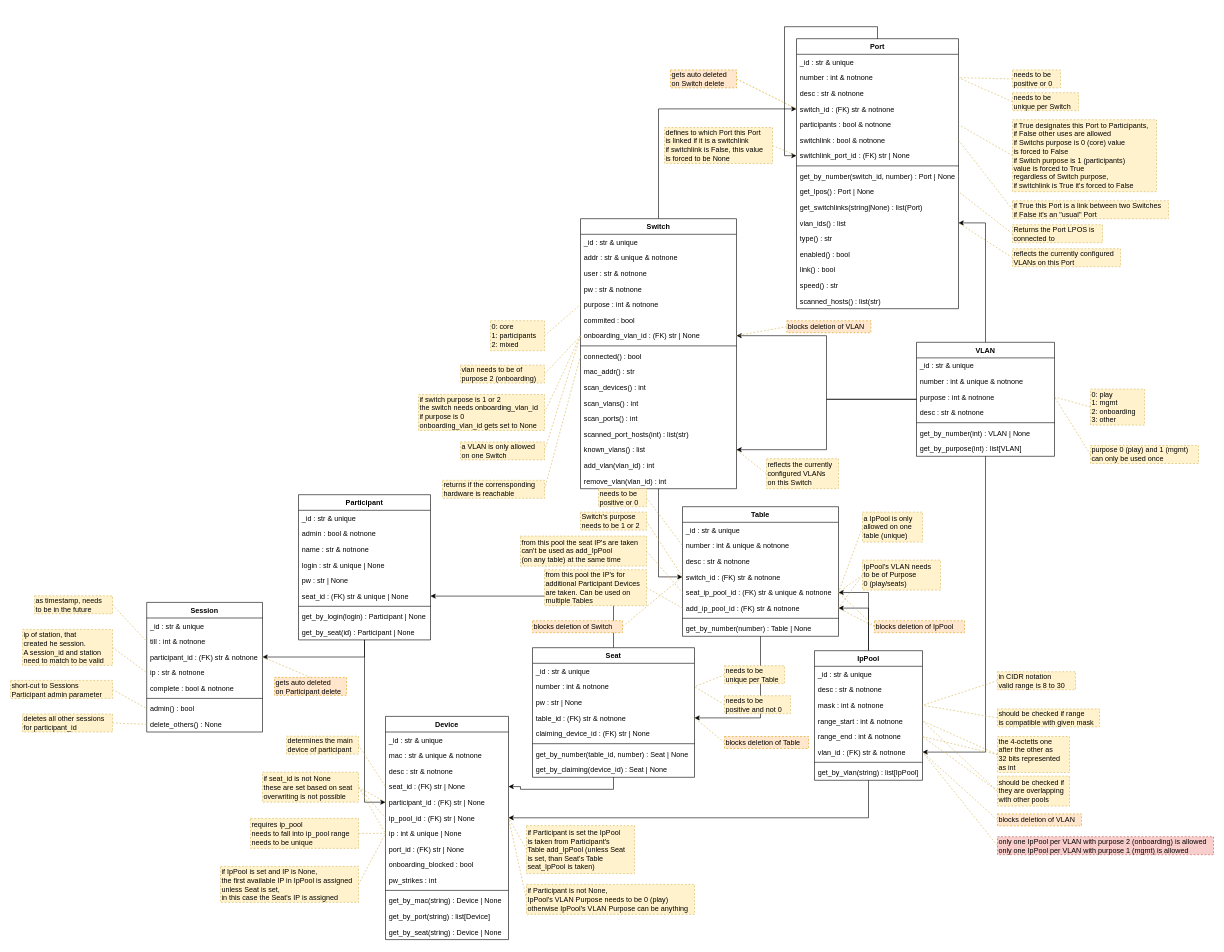
The draw.io diagram docs/elements_classes.drawio in nils-ost/LanPartyOnboardingSystem, before the edit. Source tidied: cells renumbered, new cells numbered last; positions are measured from the earlier drawing's top-left corner, leaving out a move shared by most shapes. Both pictures are drawn from the tidied source at 60%, with x=0, y=0 at pixel (10, 38).
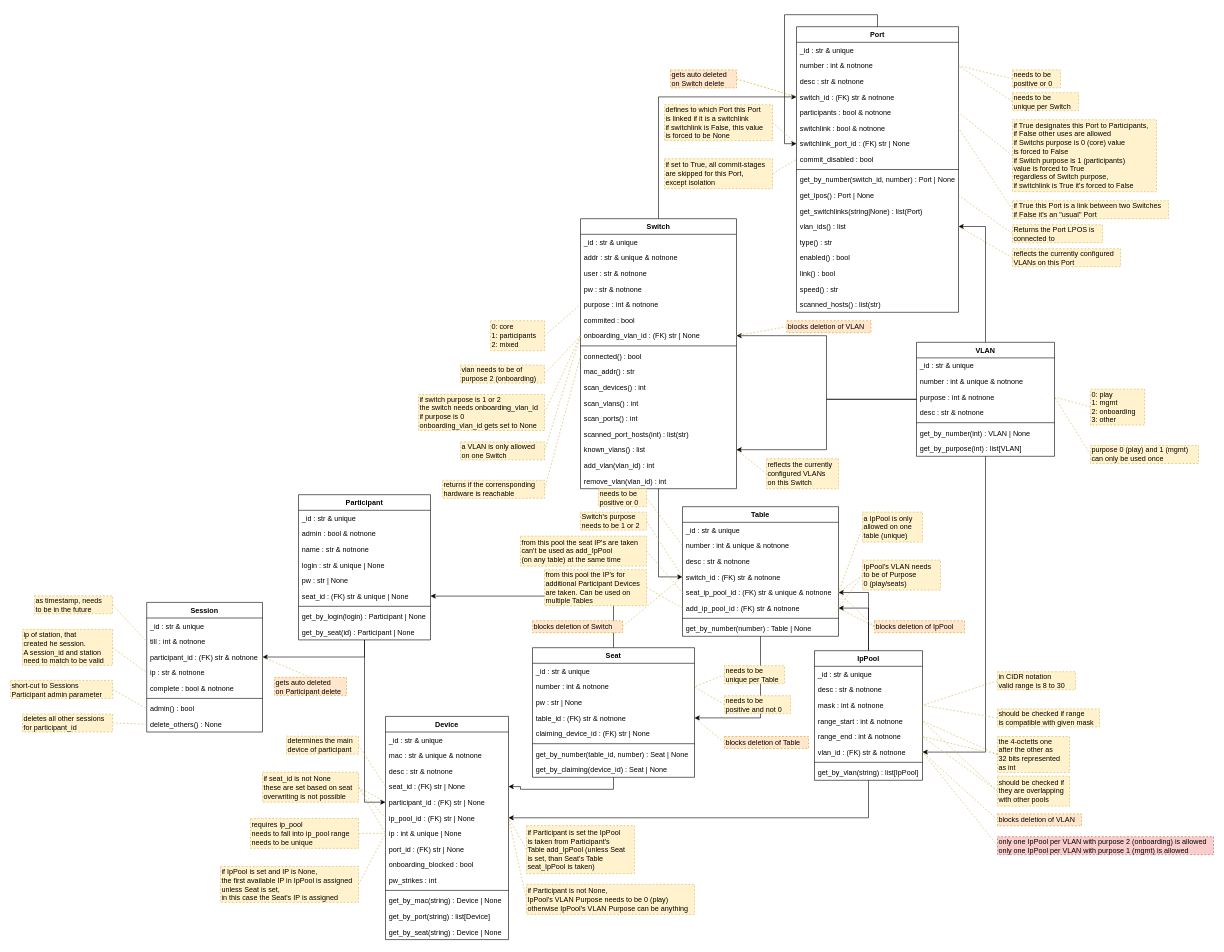
The same diagram, later.

The edit, as a diff of the source:
```diff
@@
     <mxCell id="180" value="Port" style="swimlane;fontStyle=1;align=center;verticalAlign=top;horizontal=1;startSize=26;" parent="1" vertex="1">
-      <mxGeometry x="1310" width="270" height="450" as="geometry" />
+      <mxGeometry x="1310" y="-20" width="270" height="476" as="geometry" />
     </mxCell>
@@
+    <mxCell id="218" value="commit_disabled : bool" style="text;strokeColor=none;fillColor=none;align=left;verticalAlign=top;spacingLeft=4;spacingRight=4;overflow=hidden;points=[[0,0.5],[1,0.5]];portConstraint=eastwest;" parent="180" vertex="1">
+      <mxGeometry y="208" width="270" height="26" as="geometry" />
+    </mxCell>
     <mxCell id="188" style="line;strokeWidth=1;fillColor=none;align=left;verticalAlign=middle;spacingTop=-1;spacingLeft=3;spacingRight=3;labelPosition=right;" parent="180" vertex="1">
-      <mxGeometry y="208" width="270" height="8" as="geometry" />
+      <mxGeometry y="234" width="270" height="8" as="geometry" />
     </mxCell>
     <mxCell id="189" value="get_by_number(switch_id, number) : Port | None" style="text;align=left;verticalAlign=top;spacingLeft=4;spacingRight=4;overflow=hidden;" parent="180" vertex="1">
-      <mxGeometry y="216" width="270" height="26" as="geometry" />
+      <mxGeometry y="242" width="270" height="26" as="geometry" />
     </mxCell>
     <mxCell id="190" value="get_lpos() : Port | None" style="text;align=left;verticalAlign=top;spacingLeft=4;spacingRight=4;overflow=hidden;points=[[0,0.5],[1,0.5]];portConstraint=eastwest;" parent="180" vertex="1">
-      <mxGeometry y="242" width="270" height="26" as="geometry" />
+      <mxGeometry y="268" width="270" height="26" as="geometry" />
     </mxCell>
     <mxCell id="191" value="get_switchlinks(string|None) : list(Port)" style="text;align=left;verticalAlign=top;spacingLeft=4;spacingRight=4;overflow=hidden;" parent="180" vertex="1">
-      <mxGeometry y="268" width="270" height="26" as="geometry" />
+      <mxGeometry y="294" width="270" height="26" as="geometry" />
     </mxCell>
     <mxCell id="192" value="vlan_ids() : list" style="text;align=left;verticalAlign=top;spacingLeft=4;spacingRight=4;overflow=hidden;points=[[0,0.5],[1,0.5]];portConstraint=eastwest;" parent="180" vertex="1">
-      <mxGeometry y="294" width="270" height="26" as="geometry" />
+      <mxGeometry y="320" width="270" height="26" as="geometry" />
     </mxCell>
     <mxCell id="193" value="type() : str" style="text;align=left;verticalAlign=top;spacingLeft=4;spacingRight=4;overflow=hidden;" parent="180" vertex="1">
-      <mxGeometry y="320" width="270" height="26" as="geometry" />
+      <mxGeometry y="346" width="270" height="26" as="geometry" />
     </mxCell>
     <mxCell id="194" value="enabled() : bool" style="text;align=left;verticalAlign=top;spacingLeft=4;spacingRight=4;overflow=hidden;" parent="180" vertex="1">
-      <mxGeometry y="346" width="270" height="26" as="geometry" />
+      <mxGeometry y="372" width="270" height="26" as="geometry" />
     </mxCell>
     <mxCell id="195" value="link() : bool" style="text;align=left;verticalAlign=top;spacingLeft=4;spacingRight=4;overflow=hidden;" parent="180" vertex="1">
-      <mxGeometry y="372" width="270" height="26" as="geometry" />
+      <mxGeometry y="398" width="270" height="26" as="geometry" />
     </mxCell>
     <mxCell id="196" value="speed() : str" style="text;align=left;verticalAlign=top;spacingLeft=4;spacingRight=4;overflow=hidden;" parent="180" vertex="1">
-      <mxGeometry y="398" width="270" height="26" as="geometry" />
+      <mxGeometry y="424" width="270" height="26" as="geometry" />
     </mxCell>
@@
     <mxCell id="198" value="scanned_hosts() : list(str)" style="text;align=left;verticalAlign=top;spacingLeft=4;spacingRight=4;overflow=hidden;" parent="180" vertex="1">
-      <mxGeometry y="424" width="270" height="26" as="geometry" />
+      <mxGeometry y="450" width="270" height="26" as="geometry" />
     </mxCell>
@@
     <mxCell id="217" value="defines to which Port this Port&lt;br&gt;is linked if it is a switchlink&lt;br&gt;if switchlink is False, this value&lt;br&gt;is forced to be None" style="rounded=0;whiteSpace=wrap;html=1;fillColor=#fff2cc;strokeColor=#d6b656;dashed=1;align=left;verticalAlign=middle;horizontal=1;labelPosition=center;verticalLabelPosition=middle;" parent="1" vertex="1">
-      <mxGeometry x="1090" y="148" width="180" height="60" as="geometry" />
+      <mxGeometry x="1090" y="110" width="180" height="60" as="geometry" />
     </mxCell>
+    <mxCell id="219" style="rounded=0;jettySize=auto;html=1;exitX=1;exitY=0.5;exitDx=0;exitDy=0;dashed=1;endArrow=none;endFill=0;fillColor=#fff2cc;strokeColor=#d6b656;entryX=0;entryY=0.5;entryDx=0;entryDy=0;" parent="1" edge="1" source="220" target="218">
+      <mxGeometry relative="1" as="geometry" />
+    </mxCell>
+    <mxCell id="220" value="if set to True, all commit-stages&lt;br&gt;are skipped for this Port,&lt;br&gt;except isolation" style="rounded=0;whiteSpace=wrap;html=1;fillColor=#fff2cc;strokeColor=#d6b656;dashed=1;align=left;verticalAlign=middle;horizontal=1;labelPosition=center;verticalLabelPosition=middle;" parent="1" vertex="1">
+      <mxGeometry x="1090" y="200" width="180" height="50" as="geometry" />
+    </mxCell>
```
